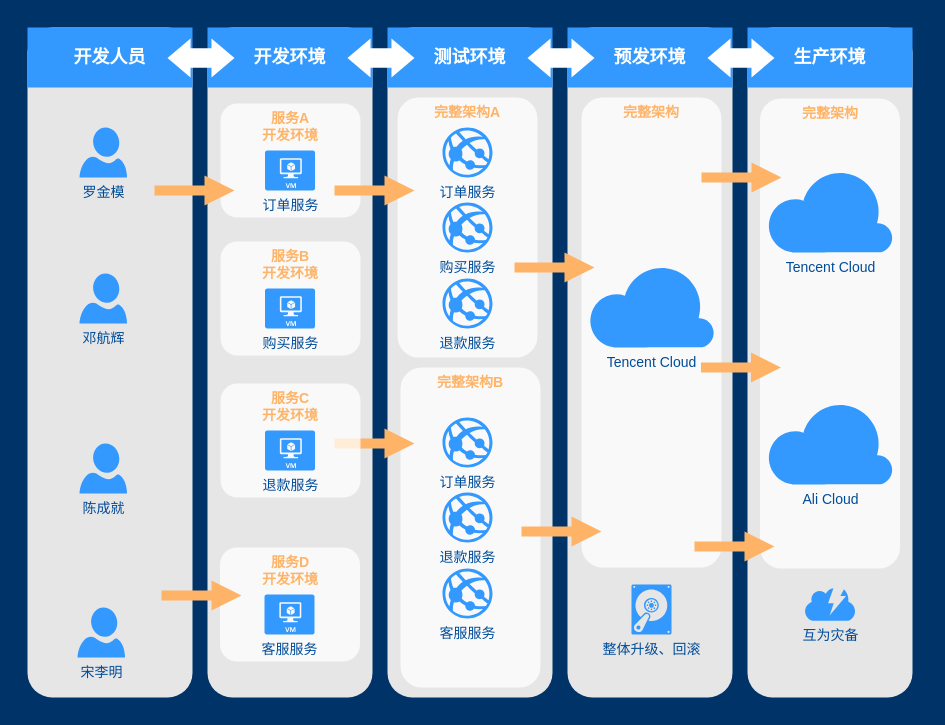
Above: Untitled Diagram.drawio in huominghui2008/-- (draw.io), before the change. Source tidied: cells renumbered, new cells numbered last; positions are measured from the earlier drawing's top-left corner, leaving out a move shared by most shapes. Both pictures are drawn from the tidied source at 100%, with x=0, y=0 at pixel (27, 27).
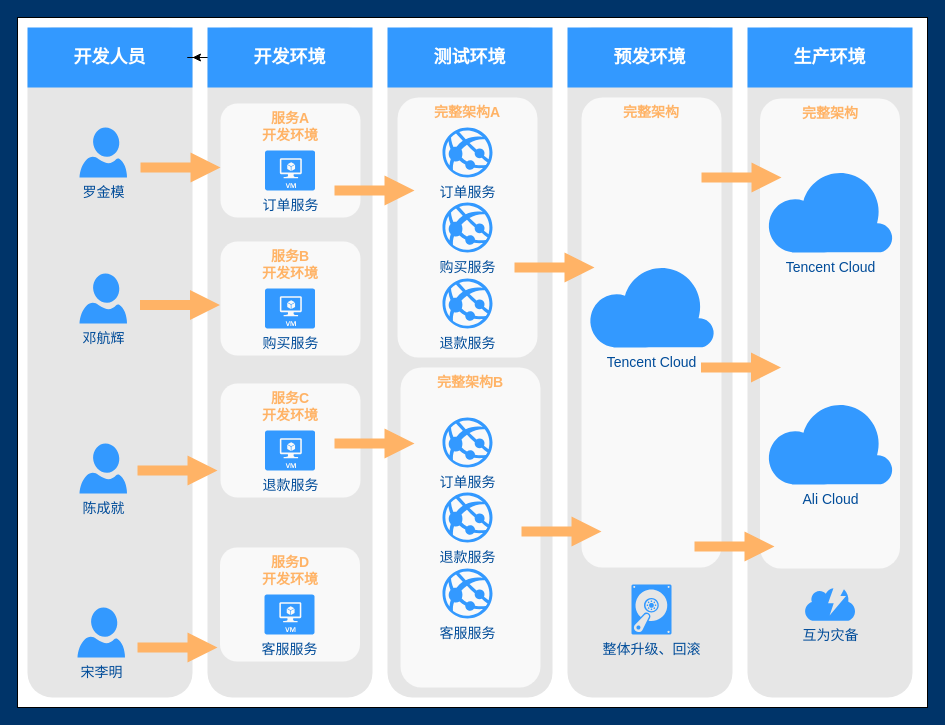
After the change.

Unchanged cells that the change refers to:
```xml
<mxCell id="7" value="开发人员" style="whiteSpace=wrap;html=1;dashed=1;strokeColor=none;strokeWidth=2;fillColor=#3399FF;fontFamily=Helvetica;fontSize=18;fontColor=#FFFFFF;fontStyle=1;" parent="1" vertex="1">
  <mxGeometry width="165" height="60" as="geometry" />
</mxCell>
<mxCell id="8" value="开发环境" style="whiteSpace=wrap;html=1;dashed=1;strokeColor=none;strokeWidth=2;fillColor=#3399FF;fontFamily=Helvetica;fontSize=18;fontColor=#FFFFFF;fontStyle=1;" parent="1" vertex="1">
  <mxGeometry x="180" width="165" height="60" as="geometry" />
</mxCell>
```

Change to the diagram source:
```diff
@@
+    <mxCell id="52" style="rounded=0;whiteSpace=wrap;html=1;" parent="1" vertex="1">
+      <mxGeometry x="-10" y="-10" width="910" height="690" as="geometry" />
+    </mxCell>
@@
+    <mxCell id="53" style="edgeStyle=orthogonalEdgeStyle;rounded=0;jettySize=auto;html=1;" parent="1" edge="1" source="8" target="7">
+      <mxGeometry relative="1" as="geometry" />
+    </mxCell>
@@
-    <mxCell id="12" style="shape=mxgraph.arrows.two_way_arrow_horizontal;html=1;verticalLabelPosition=bottom;verticalAlign=top;strokeWidth=2;strokeColor=none;dashed=1;fillColor=#FFFFFF;fontFamily=Verdana;fontSize=12;fontColor=#00BEF2;" parent="1" vertex="1">
-      <mxGeometry x="140" y="11" width="67" height="39" as="geometry" />
-    </mxCell>
-    <mxCell id="13" style="shape=mxgraph.arrows.two_way_arrow_horizontal;html=1;verticalLabelPosition=bottom;verticalAlign=top;strokeWidth=2;strokeColor=none;dashed=1;fillColor=#FFFFFF;fontFamily=Verdana;fontSize=12;fontColor=#00BEF2;" parent="1" vertex="1">
-      <mxGeometry x="320" y="11" width="67" height="39" as="geometry" />
-    </mxCell>
-    <mxCell id="14" style="shape=mxgraph.arrows.two_way_arrow_horizontal;html=1;verticalLabelPosition=bottom;verticalAlign=top;strokeWidth=2;strokeColor=none;dashed=1;fillColor=#FFFFFF;fontFamily=Verdana;fontSize=12;fontColor=#00BEF2;" parent="1" vertex="1">
-      <mxGeometry x="500" y="11" width="67" height="39" as="geometry" />
-    </mxCell>
-    <mxCell id="15" style="shape=mxgraph.arrows.two_way_arrow_horizontal;html=1;verticalLabelPosition=bottom;verticalAlign=top;strokeWidth=2;strokeColor=none;dashed=1;fillColor=#FFFFFF;fontFamily=Verdana;fontSize=12;fontColor=#00BEF2;" parent="1" vertex="1">
-      <mxGeometry x="680" y="11" width="67" height="39" as="geometry" />
-    </mxCell>
@@
     <mxCell id="25" style="arrow;html=1;endArrow=block;endFill=1;strokeColor=none;strokeWidth=4;fontFamily=Helvetica;fontSize=36;fontColor=#FFB366;fillColor=#FFB366;" parent="1" edge="1">
       <mxGeometry relative="1" as="geometry">
-        <mxPoint x="127" y="163" as="sourcePoint" />
-        <mxPoint x="207" y="163" as="targetPoint" />
+        <mxPoint x="113" y="140" as="sourcePoint" />
+        <mxPoint x="193" y="140" as="targetPoint" />
       </mxGeometry>
     </mxCell>
@@
-    <mxCell id="29" style="arrow;html=1;endArrow=block;endFill=1;strokeColor=none;strokeWidth=4;fontFamily=Helvetica;fontSize=36;fontColor=#FFB366;fillColor=#FFB366;" parent="1" edge="1">
-      <mxGeometry relative="1" as="geometry">
-        <mxPoint x="307" y="416" as="sourcePoint" />
-        <mxPoint x="387" y="416" as="targetPoint" />
-      </mxGeometry>
-    </mxCell>
@@
     <mxCell id="51" style="arrow;html=1;endArrow=block;endFill=1;strokeColor=none;strokeWidth=4;fontFamily=Helvetica;fontSize=36;fontColor=#FFB366;fillColor=#FFB366;" parent="1" edge="1">
       <mxGeometry relative="1" as="geometry">
-        <mxPoint x="134" y="568" as="sourcePoint" />
-        <mxPoint x="214" y="568" as="targetPoint" />
+        <mxPoint x="110" y="620" as="sourcePoint" />
+        <mxPoint x="190" y="620" as="targetPoint" />
       </mxGeometry>
     </mxCell>
+    <mxCell id="29" style="arrow;html=1;endArrow=block;endFill=1;strokeColor=none;strokeWidth=4;fontFamily=Helvetica;fontSize=36;fontColor=#FFB366;fillColor=#FFB366;" parent="1" edge="1">
+      <mxGeometry relative="1" as="geometry">
+        <mxPoint x="307" y="416" as="sourcePoint" />
+        <mxPoint x="387" y="416" as="targetPoint" />
+      </mxGeometry>
+    </mxCell>
+    <mxCell id="54" style="arrow;html=1;endArrow=block;endFill=1;strokeColor=none;strokeWidth=4;fontFamily=Helvetica;fontSize=36;fontColor=#FFB366;fillColor=#FFB366;" parent="1" edge="1">
+      <mxGeometry relative="1" as="geometry">
+        <mxPoint x="110" y="443" as="sourcePoint" />
+        <mxPoint x="190" y="443" as="targetPoint" />
+      </mxGeometry>
+    </mxCell>
+    <mxCell id="55" style="arrow;html=1;endArrow=block;endFill=1;strokeColor=none;strokeWidth=4;fontFamily=Helvetica;fontSize=36;fontColor=#FFB366;fillColor=#FFB366;" parent="1" edge="1">
+      <mxGeometry relative="1" as="geometry">
+        <mxPoint x="112.5" y="277.5" as="sourcePoint" />
+        <mxPoint x="192.5" y="277.5" as="targetPoint" />
+      </mxGeometry>
+    </mxCell>
```
